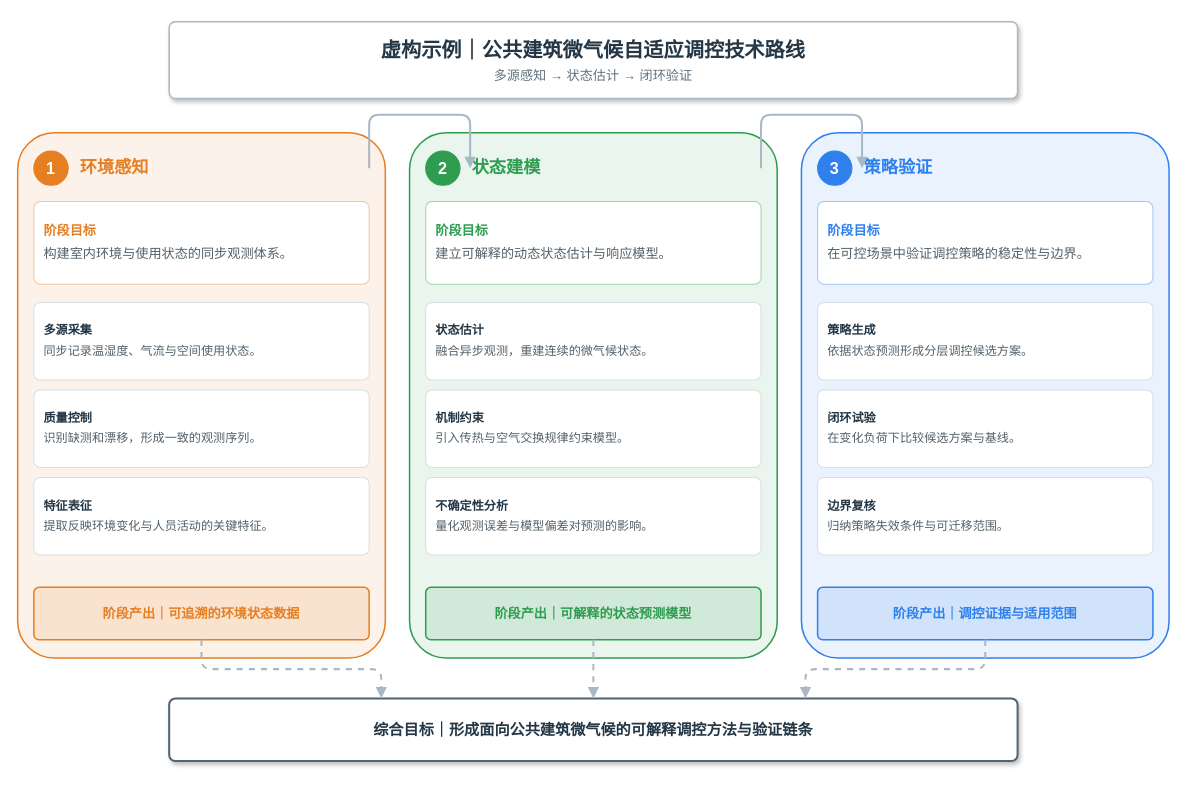
This is nsfc-figure/examples/fictional-technical-roadmap.drawio from njzjz-bot/nsfc-agent-skills, a draw.io file, before an edit. Source tidied: cells renumbered, new cells numbered last; positions are measured from the earlier drawing's top-left corner, leaving out a move shared by most shapes. Both pictures are drawn from the tidied source at 101%, with x=0, y=0 at pixel (17, 21).
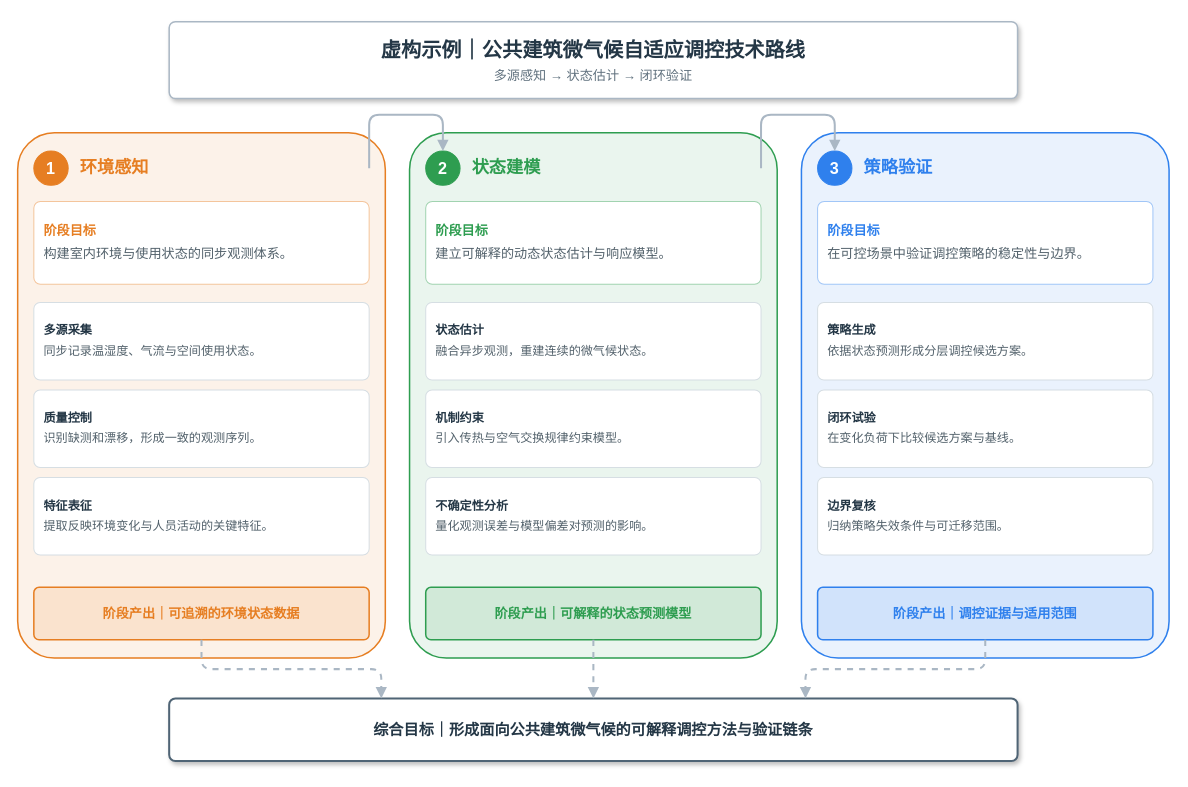
Above is the later version.

Commit message (it also covers changes not shown here):
fix(nsfc-figure): verify official Draw.io rendering

The change refers to these unchanged cells:
```xml
<mxCell id="5" value="环境感知" style="rounded=0;whiteSpace=wrap;html=1;fillColor=none;strokeColor=none;align=left;verticalAlign=middle;fontFamily=Microsoft YaHei;fontSize=17;fontStyle=1;fontColor=#E67E22;" parent="1" vertex="1">
  <mxGeometry x="60" y="125" width="288" height="40" as="geometry" />
</mxCell>
<mxCell id="12" value="2" style="ellipse;whiteSpace=wrap;html=1;fillColor=#2E9D50;strokeColor=#2E9D50;fontColor=#FFFFFF;fontFamily=Arial;fontSize=16;fontStyle=1;align=center;verticalAlign=middle;" parent="1" vertex="1">
  <mxGeometry x="404" y="128" width="34" height="34" as="geometry" />
</mxCell>
<mxCell id="13" value="状态建模" style="rounded=0;whiteSpace=wrap;html=1;fillColor=none;strokeColor=none;align=left;verticalAlign=middle;fontFamily=Microsoft YaHei;fontSize=17;fontStyle=1;fontColor=#2E9D50;" parent="1" vertex="1">
  <mxGeometry x="448" y="125" width="288" height="40" as="geometry" />
</mxCell>
<mxCell id="20" value="3" style="ellipse;whiteSpace=wrap;html=1;fillColor=#2F80ED;strokeColor=#2F80ED;fontColor=#FFFFFF;fontFamily=Arial;fontSize=16;fontStyle=1;align=center;verticalAlign=middle;" parent="1" vertex="1">
  <mxGeometry x="792" y="128" width="34" height="34" as="geometry" />
</mxCell>
<mxCell id="21" value="策略验证" style="rounded=0;whiteSpace=wrap;html=1;fillColor=none;strokeColor=none;align=left;verticalAlign=middle;fontFamily=Microsoft YaHei;fontSize=17;fontStyle=1;fontColor=#2F80ED;" parent="1" vertex="1">
  <mxGeometry x="836" y="125" width="288" height="40" as="geometry" />
</mxCell>
```

Change to the diagram source:
```diff
@@
-    <mxCell id="27" style="edgeStyle=orthogonalEdgeStyle;rounded=1;jettySize=auto;html=1;endArrow=block;endFill=1;strokeWidth=2;strokeColor=#AAB7C4;dashed=0;exitX=1.000;exitY=0.500;exitDx=0;exitDy=0;entryX=0.000;entryY=0.500;entryDx=0;entryDy=0;" parent="1" edge="1" source="5" target="13">
+    <mxCell id="27" style="edgeStyle=orthogonalEdgeStyle;rounded=1;jettySize=auto;html=1;endArrow=block;endFill=1;strokeWidth=2;strokeColor=#AAB7C4;dashed=0;exitX=1.000;exitY=0.500;exitDx=0;exitDy=0;entryX=0.500;entryY=0.000;entryDx=0;entryDy=0;" parent="1" edge="1" source="5" target="12">
       <mxGeometry relative="1" as="geometry">
         <Array as="points">
           <mxPoint x="348" y="92" />
-          <mxPoint x="448" y="92" />
+          <mxPoint x="421" y="92" />
         </Array>
       </mxGeometry>
     </mxCell>
-    <mxCell id="28" style="edgeStyle=orthogonalEdgeStyle;rounded=1;jettySize=auto;html=1;endArrow=block;endFill=1;strokeWidth=2;strokeColor=#AAB7C4;dashed=0;exitX=1.000;exitY=0.500;exitDx=0;exitDy=0;entryX=0.000;entryY=0.500;entryDx=0;entryDy=0;" parent="1" edge="1" source="13" target="21">
+    <mxCell id="28" style="edgeStyle=orthogonalEdgeStyle;rounded=1;jettySize=auto;html=1;endArrow=block;endFill=1;strokeWidth=2;strokeColor=#AAB7C4;dashed=0;exitX=1.000;exitY=0.500;exitDx=0;exitDy=0;entryX=0.500;entryY=0.000;entryDx=0;entryDy=0;" parent="1" edge="1" source="13" target="20">
       <mxGeometry relative="1" as="geometry">
         <Array as="points">
           <mxPoint x="736" y="92" />
-          <mxPoint x="836" y="92" />
+          <mxPoint x="809" y="92" />
         </Array>
       </mxGeometry>
     </mxCell>
```
